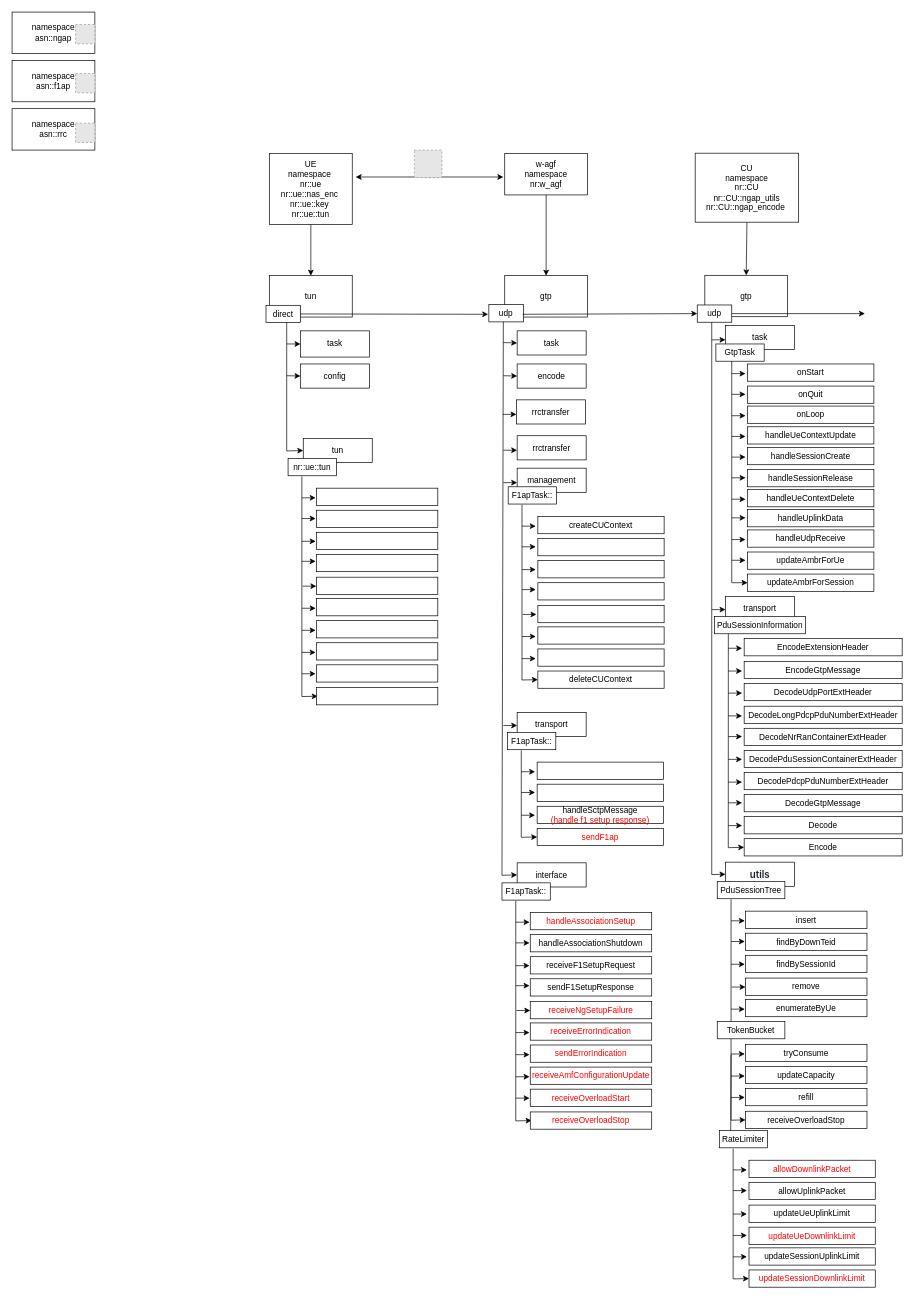
The draw.io diagram page "gtp code architecture" (4 of 4) of Diagram of code.drawio in saffanazyan07/z-UERANSIM-W-AGF, before the edit. Source tidied: cells renumbered, new cells numbered last; positions are measured from the earlier drawing's top-left corner, leaving out a move shared by most shapes. Both pictures are drawn from the tidied source at 69%, with x=0, y=0 at pixel (12, 12). Pictures stored in the file or linked from it are replaced by grey dashed boxes.
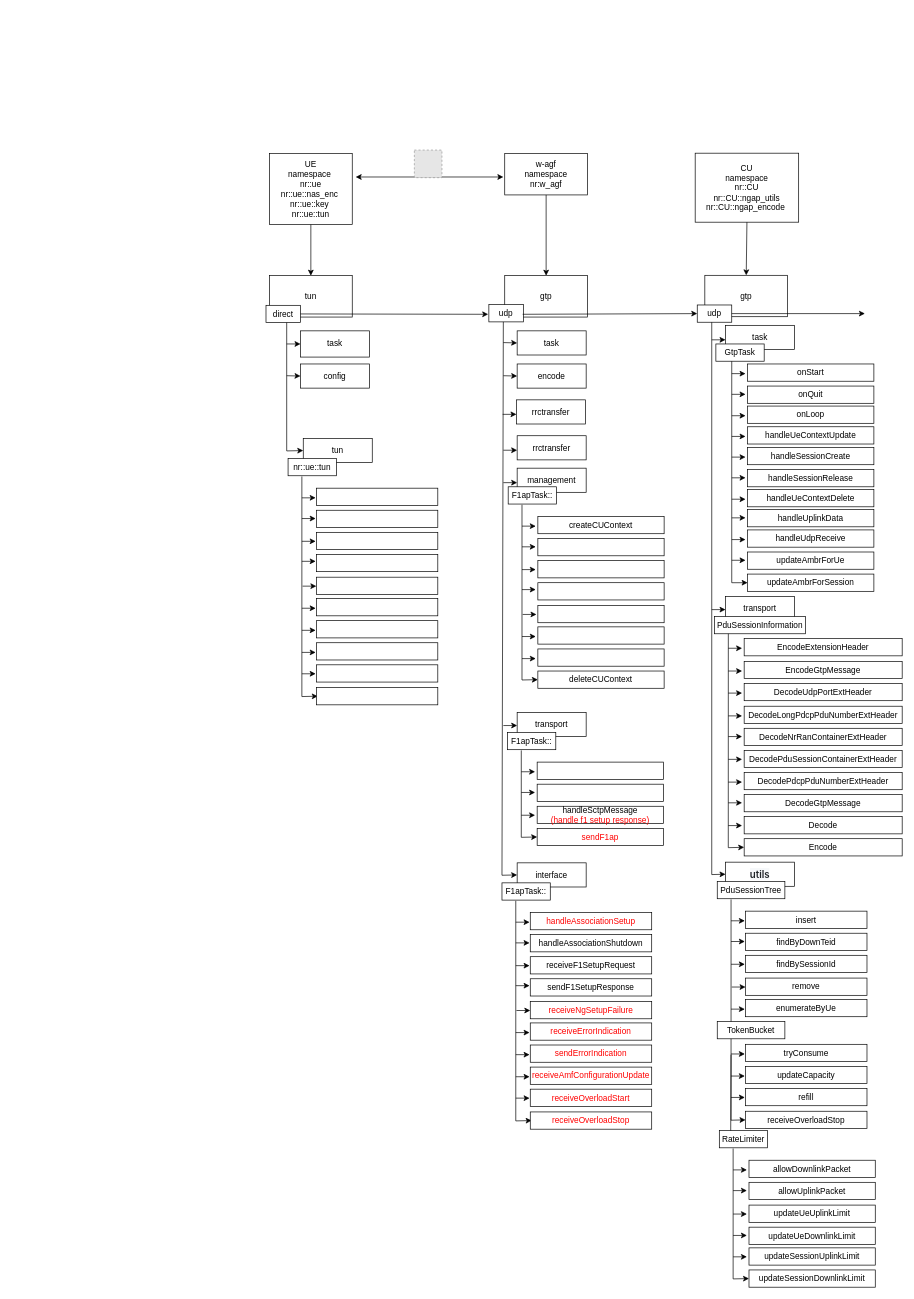
The same page after the edit.

Change to the diagram source:
```diff
@@
-    <mxCell id="5" value="namespace asn::ngap" style="rounded=0;whiteSpace=wrap;html=1;" parent="1" vertex="1">
-      <mxGeometry width="120" height="60" as="geometry" />
-    </mxCell>
-    <mxCell id="6" value="namespace&lt;div&gt;asn::f1ap&lt;/div&gt;" style="rounded=0;whiteSpace=wrap;html=1;" parent="1" vertex="1">
-      <mxGeometry y="70" width="120" height="60" as="geometry" />
-    </mxCell>
-    <mxCell id="7" value="namespace&lt;div&gt;asn::rrc&lt;/div&gt;" style="rounded=0;whiteSpace=wrap;html=1;" parent="1" vertex="1">
-      <mxGeometry y="140" width="120" height="60" as="geometry" />
-    </mxCell>
@@
-    <mxCell id="99" style="fillColor=#E6E6E6;strokeColor=#999999;dashed=1;verticalLabelPosition=bottom;labelBackgroundColor=default;verticalAlign=top;" parent="1" vertex="1">
-      <mxGeometry x="92" y="18" width="28" height="28" as="geometry" />
-    </mxCell>
-    <mxCell id="100" style="fillColor=#E6E6E6;strokeColor=#999999;dashed=1;verticalLabelPosition=bottom;labelBackgroundColor=default;verticalAlign=top;" parent="1" vertex="1">
-      <mxGeometry x="92" y="89" width="28" height="28" as="geometry" />
-    </mxCell>
-    <mxCell id="101" style="fillColor=#E6E6E6;strokeColor=#999999;dashed=1;verticalLabelPosition=bottom;labelBackgroundColor=default;verticalAlign=top;" parent="1" vertex="1">
-      <mxGeometry x="92" y="161" width="28" height="28" as="geometry" />
-    </mxCell>
@@
-    <mxCell id="158" value="allowDownlinkPacket" style="rounded=0;whiteSpace=wrap;html=1;fontColor=#FF0000;" parent="1" vertex="1">
+    <mxCell id="158" value="&lt;font color=&quot;#000000&quot;&gt;allowDownlinkPacket&lt;/font&gt;" style="rounded=0;whiteSpace=wrap;html=1;fontColor=#FF0000;" parent="1" vertex="1">
       <mxGeometry x="1068" y="1664" width="183" height="25" as="geometry" />
     </mxCell>
@@
-    <mxCell id="161" value="&lt;font color=&quot;#ff0000&quot;&gt;updateSessionDownlinkLimit&lt;/font&gt;" style="rounded=0;whiteSpace=wrap;html=1;" parent="1" vertex="1">
+    <mxCell id="161" value="updateSessionDownlinkLimit" style="rounded=0;whiteSpace=wrap;html=1;" parent="1" vertex="1">
       <mxGeometry x="1068" y="1823" width="183" height="25" as="geometry" />
     </mxCell>
@@
-    <mxCell id="168" value="&lt;font color=&quot;#ff0000&quot;&gt;updateUeDownlinkLimit&lt;/font&gt;" style="rounded=0;whiteSpace=wrap;html=1;" parent="1" vertex="1">
+    <mxCell id="168" value="updateUeDownlinkLimit" style="rounded=0;whiteSpace=wrap;html=1;" parent="1" vertex="1">
       <mxGeometry x="1068" y="1761" width="183" height="25" as="geometry" />
     </mxCell>
```
